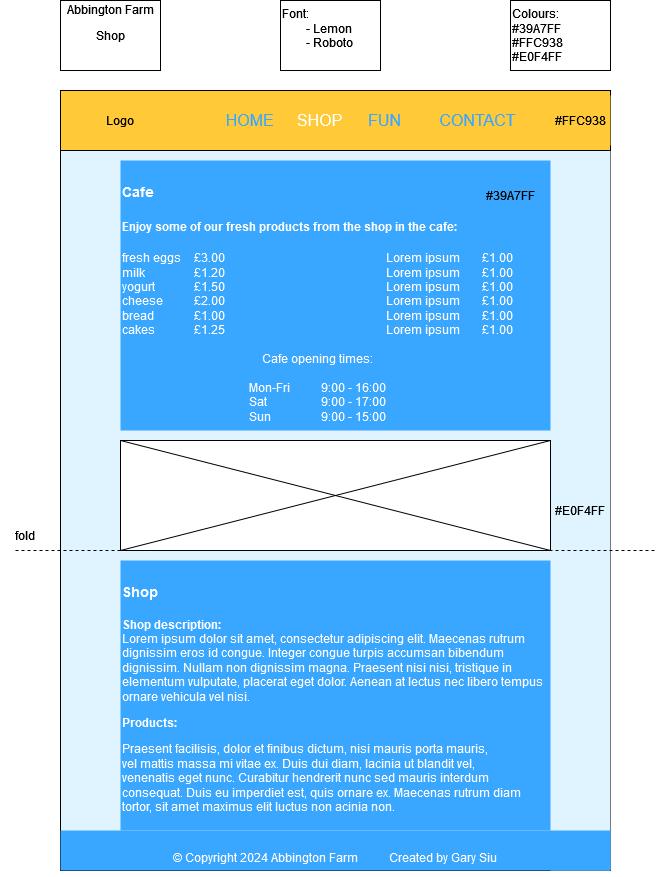
Before: GCC Software Development/Web Course/Assignment/Task 1/Shop.png, a diagram exported from draw.io (G-Siu/100DaysOfCode). Source tidied: cells renumbered, new cells last; positions are measured from the earlier drawing's top-left corner, leaving out a move shared by most shapes.
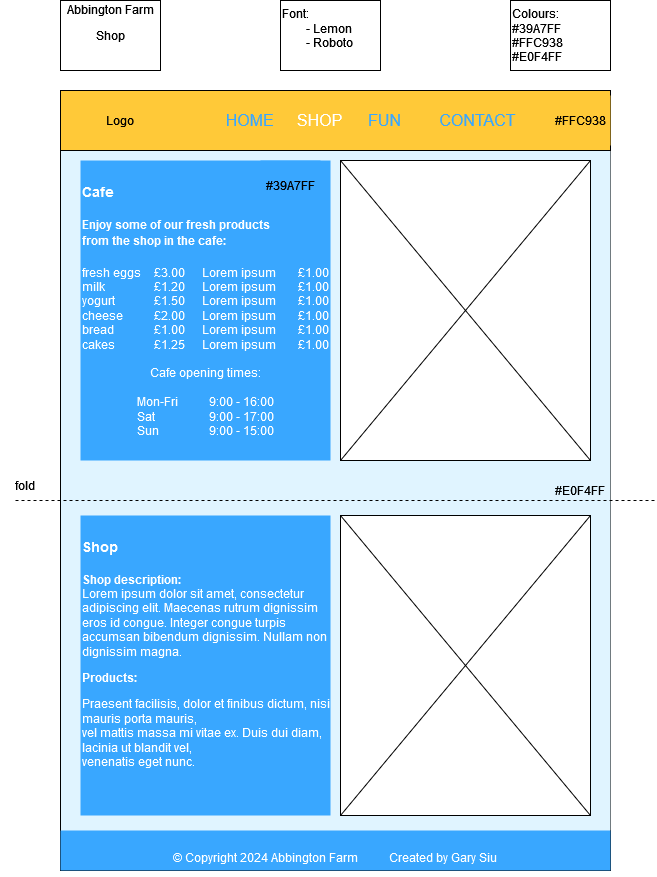
The same file after the commit.

The edit, as a diff of the source:
```diff
@@ -6,7 +6,7 @@
       <mxGeometry x="60" y="150" width="550" height="720" as="geometry" />
     </mxCell>
     <mxCell id="3" value="#E0F4FF" style="rounded=0;whiteSpace=wrap;html=1;strokeColor=none;fillColor=#E0F4FF;" parent="1" vertex="1">
-      <mxGeometry x="550" y="150" width="60" height="720" as="geometry" />
+      <mxGeometry x="550" y="150" width="60" height="680" as="geometry" />
     </mxCell>
     <mxCell id="4" value="&lt;div align=&quot;left&quot; style=&quot;font-size: 16px;&quot;&gt;&lt;font color=&quot;#39a7ff&quot; style=&quot;font-size: 16px;&quot;&gt;&lt;span style=&quot;white-space: pre;&quot;&gt;&#9;&lt;/span&gt;&lt;span style=&quot;white-space: pre;&quot;&gt;&#9;HOME&lt;/span&gt;&lt;/font&gt;&lt;font color=&quot;#39a7ff&quot; style=&quot;font-size: 16px;&quot;&gt; &lt;span style=&quot;white-space: pre;&quot;&gt;&#9;&lt;/span&gt;&lt;/font&gt;&lt;font color=&quot;#ffffff&quot;&gt;SHOP&lt;/font&gt;&lt;font color=&quot;#ffffff&quot; style=&quot;font-size: 16px;&quot;&gt; &lt;span style=&quot;white-space: pre;&quot;&gt;&#9;&lt;/span&gt;&lt;/font&gt;&lt;font color=&quot;#39a7ff&quot;&gt;FUN&lt;/font&gt;&lt;font color=&quot;#39a7ff&quot; style=&quot;font-size: 16px;&quot;&gt; &lt;span style=&quot;white-space: pre;&quot;&gt;&#9;CONTACT&lt;/span&gt;&lt;br style=&quot;font-size: 16px;&quot;&gt;&lt;/font&gt;&lt;/div&gt;" style="rounded=0;whiteSpace=wrap;html=1;fillColor=#FFC938;fontSize=16;fontColor=#416D19;" parent="1" vertex="1">
       <mxGeometry x="60" y="90" width="550" height="60" as="geometry" />
@@ -14,35 +14,26 @@
     <mxCell id="5" value="Logo" style="rounded=0;whiteSpace=wrap;html=1;strokeColor=none;fillColor=none;" parent="1" vertex="1">
       <mxGeometry x="60" y="90" width="120" height="60" as="geometry" />
     </mxCell>
-    <mxCell id="6" value="&lt;font color=&quot;#ffffff&quot; size=&quot;1&quot;&gt;&lt;b style=&quot;font-size: 14px;&quot;&gt;&lt;br&gt;Cafe&lt;br&gt;&lt;br&gt;&lt;/b&gt;&lt;/font&gt;&lt;font color=&quot;#ffffff&quot;&gt;&lt;b&gt;Enjoy some of our fresh products from the shop in the cafe:&lt;/b&gt;&lt;font size=&quot;1&quot;&gt;&lt;b style=&quot;font-size: 14px;&quot;&gt;&lt;br&gt;&lt;br&gt;&lt;/b&gt;&lt;/font&gt;fresh eggs&lt;span style=&quot;white-space: pre;&quot;&gt;&#9;&lt;/span&gt;£3.00&lt;span style=&quot;white-space: pre;&quot;&gt;&#9;&lt;/span&gt;&lt;span style=&quot;white-space: pre;&quot;&gt;&#9;&lt;/span&gt;&lt;span style=&quot;white-space: pre;&quot;&gt;&#9;&lt;/span&gt;&lt;span style=&quot;white-space: pre;&quot;&gt;&#9;&lt;/span&gt;&lt;span style=&quot;white-space: pre;&quot;&gt;&#9;&lt;/span&gt;&lt;span style=&quot;white-space: pre;&quot;&gt;&#9;&lt;/span&gt;&lt;span style=&quot;white-space: pre;&quot;&gt;&#9;&lt;/span&gt;Lorem ipsum&lt;span style=&quot;white-space: pre;&quot;&gt;&#9;&lt;/span&gt;£1.00 &lt;br&gt;milk&lt;span style=&quot;white-space: pre;&quot;&gt;&#9;&lt;/span&gt;&lt;span style=&quot;white-space: pre;&quot;&gt;&#9;&lt;/span&gt;£1.20&lt;span style=&quot;white-space: pre;&quot;&gt;&#9;&lt;/span&gt;&lt;span style=&quot;white-space: pre;&quot;&gt;&#9;&lt;/span&gt;&lt;span style=&quot;white-space: pre;&quot;&gt;&#9;&lt;/span&gt;&lt;span style=&quot;white-space: pre;&quot;&gt;&#9;&lt;/span&gt;&lt;span style=&quot;white-space: pre;&quot;&gt;&#9;&lt;/span&gt;&lt;span style=&quot;white-space: pre;&quot;&gt;&#9;&lt;/span&gt;&lt;span style=&quot;white-space: pre;&quot;&gt;&#9;Lorem ipsum&lt;span style=&quot;white-space: pre;&quot;&gt;&#9;&lt;/span&gt;£1.00&lt;/span&gt;&lt;br&gt;yogurt&lt;span style=&quot;white-space: pre;&quot;&gt;&#9;&lt;/span&gt;&lt;span style=&quot;white-space: pre;&quot;&gt;&#9;&lt;/span&gt;£1.50&lt;span style=&quot;white-space: pre;&quot;&gt;&#9;&lt;/span&gt;&lt;span style=&quot;white-space: pre;&quot;&gt;&#9;&lt;/span&gt;&lt;span style=&quot;white-space: pre;&quot;&gt;&#9;&lt;/span&gt;&lt;span style=&quot;white-space: pre;&quot;&gt;&#9;&lt;/span&gt;&lt;span style=&quot;white-space: pre;&quot;&gt;&#9;&lt;/span&gt;&lt;span style=&quot;white-space: pre;&quot;&gt;&#9;&lt;/span&gt;&lt;span style=&quot;white-space: pre;&quot;&gt;&#9;&lt;/span&gt;Lorem ipsum&lt;span style=&quot;white-space: pre;&quot;&gt;&#9;&lt;/span&gt;£1.00&lt;br&gt;cheese&lt;span style=&quot;white-space: pre;&quot;&gt;&#9;&lt;/span&gt;&lt;span style=&quot;white-space: pre;&quot;&gt;&#9;&lt;/span&gt;£2.00&lt;span style=&quot;white-space: pre;&quot;&gt;&#9;&lt;/span&gt;&lt;span style=&quot;white-space: pre;&quot;&gt;&#9;&lt;/span&gt;&lt;span style=&quot;white-space: pre;&quot;&gt;&#9;&lt;/span&gt;&lt;span style=&quot;white-space: pre;&quot;&gt;&#9;&lt;/span&gt;&lt;span style=&quot;white-space: pre;&quot;&gt;&#9;&lt;/span&gt;&lt;span style=&quot;white-space: pre;&quot;&gt;&#9;&lt;/span&gt;&lt;span style=&quot;white-space: pre;&quot;&gt;&#9;&lt;/span&gt;Lorem ipsum&lt;span style=&quot;white-space: pre;&quot;&gt;&#9;&lt;/span&gt;£1.00&lt;br&gt;bread&lt;span style=&quot;white-space: pre;&quot;&gt;&#9;&lt;/span&gt;&lt;span style=&quot;white-space: pre;&quot;&gt;&#9;&lt;/span&gt;£1.00&lt;span style=&quot;white-space: pre;&quot;&gt;&#9;&lt;/span&gt;&lt;span style=&quot;white-space: pre;&quot;&gt;&#9;&lt;/span&gt;&lt;span style=&quot;white-space: pre;&quot;&gt;&#9;&lt;/span&gt;&lt;span style=&quot;white-space: pre;&quot;&gt;&#9;&lt;/span&gt;&lt;span style=&quot;white-space: pre;&quot;&gt;&#9;&lt;/span&gt;&lt;span style=&quot;white-space: pre;&quot;&gt;&#9;&lt;/span&gt;&lt;span style=&quot;white-space: pre;&quot;&gt;&#9;&lt;/span&gt;Lorem ipsum&lt;span style=&quot;white-space: pre;&quot;&gt;&#9;&lt;/span&gt;£1.00&lt;br&gt;cakes&lt;span style=&quot;white-space: pre;&quot;&gt;&#9;&lt;/span&gt;&lt;span style=&quot;white-space: pre;&quot;&gt;&#9;&lt;/span&gt;£1.25&lt;span style=&quot;white-space: pre;&quot;&gt;&#9;&lt;/span&gt;&lt;span style=&quot;white-space: pre;&quot;&gt;&#9;&lt;/span&gt;&lt;span style=&quot;white-space: pre;&quot;&gt;&#9;&lt;/span&gt;&lt;span style=&quot;white-space: pre;&quot;&gt;&#9;&lt;/span&gt;&lt;span style=&quot;white-space: pre;&quot;&gt;&#9;&lt;/span&gt;&lt;span style=&quot;white-space: pre;&quot;&gt;&#9;&lt;/span&gt;&lt;span style=&quot;white-space: pre;&quot;&gt;&#9;&lt;/span&gt;Lorem ipsum&lt;span style=&quot;white-space: pre;&quot;&gt;&#9;&lt;/span&gt;£1.00&lt;br&gt;&lt;br&gt;&lt;/font&gt;&lt;div align=&quot;center&quot;&gt;&lt;font color=&quot;#ffffff&quot;&gt;Cafe opening times:&lt;br&gt;&lt;br&gt;Mon-Fri&lt;span style=&quot;white-space: pre;&quot;&gt;&#9;&lt;/span&gt;&lt;span style=&quot;white-space: pre;&quot;&gt;&#9;&lt;/span&gt;9:00 - 16:00&lt;br&gt;Sat&lt;span style=&quot;white-space: pre;&quot;&gt;&#9;&lt;/span&gt;&lt;span style=&quot;white-space: pre;&quot;&gt;&#9;&lt;/span&gt;&lt;span style=&quot;white-space: pre;&quot;&gt;&#9;&lt;/span&gt;9:00 - 17:00&lt;br&gt;Sun&lt;span style=&quot;white-space: pre;&quot;&gt;&#9;&lt;/span&gt;&lt;span style=&quot;white-space: pre;&quot;&gt;&#9;&lt;/span&gt;9:00 - 15:00&lt;br&gt;&lt;/font&gt;&lt;/div&gt;&lt;font color=&quot;#ffffff&quot;&gt;&lt;br&gt;&lt;/font&gt;&lt;div&gt;&lt;font color=&quot;#ffffff&quot;&gt;&lt;br&gt;&lt;/font&gt;&lt;/div&gt;" style="rounded=0;whiteSpace=wrap;html=1;verticalAlign=top;align=left;fillColor=#39A7FF;strokeColor=none;" parent="1" vertex="1">
-      <mxGeometry x="120" y="160" width="430" height="270" as="geometry" />
+    <mxCell id="6" value="&lt;font color=&quot;#ffffff&quot; size=&quot;1&quot;&gt;&lt;b style=&quot;font-size: 14px;&quot;&gt;&lt;br&gt;Cafe&lt;br&gt;&lt;br&gt;&lt;/b&gt;&lt;/font&gt;&lt;font color=&quot;#ffffff&quot;&gt;&lt;b&gt;Enjoy some of our fresh products&lt;br&gt;from the shop in the cafe:&lt;/b&gt;&lt;font size=&quot;1&quot;&gt;&lt;b style=&quot;font-size: 14px;&quot;&gt;&lt;br&gt;&lt;br&gt;&lt;/b&gt;&lt;/font&gt;fresh eggs&lt;span style=&quot;white-space: pre;&quot;&gt;&#9;&lt;/span&gt;£3.00&lt;span style=&quot;white-space: pre;&quot;&gt;&#9;&lt;/span&gt;Lorem ipsum&lt;span style=&quot;white-space: pre;&quot;&gt;&#9;&lt;/span&gt;£1.00 &lt;br&gt;milk&lt;span style=&quot;white-space: pre;&quot;&gt;&#9;&lt;/span&gt;&lt;span style=&quot;white-space: pre;&quot;&gt;&#9;&lt;/span&gt;£1.20&lt;span style=&quot;white-space: pre;&quot;&gt;&#9;&lt;/span&gt;&lt;span style=&quot;white-space: pre;&quot;&gt;Lorem ipsum&lt;span style=&quot;white-space: pre;&quot;&gt;&#9;&lt;/span&gt;£1.00&lt;/span&gt;&lt;br&gt;yogurt&lt;span style=&quot;white-space: pre;&quot;&gt;&#9;&lt;/span&gt;&lt;span style=&quot;white-space: pre;&quot;&gt;&#9;&lt;/span&gt;£1.50&lt;span style=&quot;white-space: pre;&quot;&gt;&#9;&lt;/span&gt;Lorem ipsum&lt;span style=&quot;white-space: pre;&quot;&gt;&#9;&lt;/span&gt;£1.00&lt;br&gt;cheese&lt;span style=&quot;white-space: pre;&quot;&gt;&#9;&lt;/span&gt;&lt;span style=&quot;white-space: pre;&quot;&gt;&#9;&lt;/span&gt;£2.00&lt;span style=&quot;white-space: pre;&quot;&gt;&#9;&lt;/span&gt;Lorem ipsum&lt;span style=&quot;white-space: pre;&quot;&gt;&#9;&lt;/span&gt;£1.00&lt;br&gt;bread&lt;span style=&quot;white-space: pre;&quot;&gt;&#9;&lt;/span&gt;&lt;span style=&quot;white-space: pre;&quot;&gt;&#9;&lt;/span&gt;£1.00&lt;span style=&quot;white-space: pre;&quot;&gt;&#9;&lt;/span&gt;Lorem ipsum&lt;span style=&quot;white-space: pre;&quot;&gt;&#9;&lt;/span&gt;£1.00&lt;br&gt;cakes&lt;span style=&quot;white-space: pre;&quot;&gt;&#9;&lt;/span&gt;&lt;span style=&quot;white-space: pre;&quot;&gt;&#9;&lt;/span&gt;£1.25&lt;span style=&quot;white-space: pre;&quot;&gt;&#9;&lt;/span&gt;Lorem ipsum&lt;span style=&quot;white-space: pre;&quot;&gt;&#9;&lt;/span&gt;£1.00&lt;br&gt;&lt;br&gt;&lt;/font&gt;&lt;div align=&quot;center&quot;&gt;&lt;font color=&quot;#ffffff&quot;&gt;Cafe opening times:&lt;br&gt;&lt;br&gt;Mon-Fri&lt;span style=&quot;white-space: pre;&quot;&gt;&#9;&lt;/span&gt;&lt;span style=&quot;white-space: pre;&quot;&gt;&#9;&lt;/span&gt;9:00 - 16:00&lt;br&gt;Sat&lt;span style=&quot;white-space: pre;&quot;&gt;&#9;&lt;/span&gt;&lt;span style=&quot;white-space: pre;&quot;&gt;&#9;&lt;/span&gt;&lt;span style=&quot;white-space: pre;&quot;&gt;&#9;&lt;/span&gt;9:00 - 17:00&lt;br&gt;Sun&lt;span style=&quot;white-space: pre;&quot;&gt;&#9;&lt;/span&gt;&lt;span style=&quot;white-space: pre;&quot;&gt;&#9;&lt;/span&gt;9:00 - 15:00&lt;br&gt;&lt;/font&gt;&lt;/div&gt;&lt;font color=&quot;#ffffff&quot;&gt;&lt;br&gt;&lt;/font&gt;&lt;div&gt;&lt;font color=&quot;#ffffff&quot;&gt;&lt;br&gt;&lt;/font&gt;&lt;/div&gt;" style="rounded=0;html=1;verticalAlign=top;align=left;fillColor=#39A7FF;strokeColor=none;whiteSpace=wrap;" parent="1" vertex="1">
+      <mxGeometry x="80" y="160" width="250" height="300" as="geometry" />
     </mxCell>
     <mxCell id="7" value="#FFC938" style="rounded=0;whiteSpace=wrap;html=1;fillColor=#FFC938;strokeColor=none;" parent="1" vertex="1">
       <mxGeometry x="550" y="95" width="60" height="50" as="geometry" />
     </mxCell>
-    <mxCell id="8" style="rounded=0;whiteSpace=wrap;html=1;" parent="1" vertex="1">
-      <mxGeometry x="120" y="440" width="430" height="110" as="geometry" />
-    </mxCell>
-    <mxCell id="9" style="endArrow=none;html=1;rounded=0;exitX=0;exitY=0;exitDx=0;exitDy=0;entryX=1;entryY=1;entryDx=0;entryDy=0;" parent="1" edge="1" source="8" target="8">
-      <mxGeometry relative="1" as="geometry" />
-    </mxCell>
-    <mxCell id="10" style="endArrow=none;html=1;rounded=0;exitX=0;exitY=1;exitDx=0;exitDy=0;entryX=1;entryY=0;entryDx=0;entryDy=0;" parent="1" edge="1" source="8" target="8">
-      <mxGeometry relative="1" as="geometry" />
-    </mxCell>
     <mxCell id="11" style="endArrow=none;dashed=1;html=1;rounded=0;" parent="1" edge="1">
       <mxGeometry relative="1" as="geometry">
-        <mxPoint x="15" y="550" as="sourcePoint" />
-        <mxPoint x="655" y="550" as="targetPoint" />
+        <mxPoint x="15" y="500" as="sourcePoint" />
+        <mxPoint x="655" y="500" as="targetPoint" />
       </mxGeometry>
     </mxCell>
     <mxCell id="12" value="fold" style="rounded=0;whiteSpace=wrap;html=1;strokeColor=none;fillColor=none;" parent="1" vertex="1">
-      <mxGeometry y="520" width="50" height="30" as="geometry" />
+      <mxGeometry y="470" width="50" height="30" as="geometry" />
     </mxCell>
     <mxCell id="13" value="#39A7FF" style="rounded=0;whiteSpace=wrap;html=1;fillColor=#39A7FF;strokeColor=none;" parent="1" vertex="1">
-      <mxGeometry x="480" y="170" width="60" height="50" as="geometry" />
+      <mxGeometry x="260" y="160" width="60" height="50" as="geometry" />
     </mxCell>
-    <mxCell id="14" value="&lt;font color=&quot;#ffffff&quot; size=&quot;1&quot;&gt;&lt;b style=&quot;font-size: 14px;&quot;&gt;&lt;br&gt;Shop&lt;br&gt;&lt;br&gt;&lt;/b&gt;&lt;/font&gt;&lt;font color=&quot;#ffffff&quot;&gt;&lt;b&gt;Shop description:&lt;br&gt;&lt;/b&gt;&lt;/font&gt;&lt;div id=&quot;lipsum&quot;&gt;&lt;font color=&quot;#ffffff&quot;&gt;Lorem ipsum dolor sit amet, consectetur adipiscing elit. Maecenas rutrum dignissim eros id congue. Integer congue turpis accumsan bibendum dignissim. Nullam non dignissim magna. Praesent nisi nisi, tristique in elementum vulputate, placerat eget dolor. Aenean at lectus nec libero tempus ornare vehicula vel nisi. &lt;br&gt;&lt;/font&gt;&lt;p&gt;&lt;font color=&quot;#ffffff&quot;&gt;&lt;b&gt;Products:&lt;/b&gt;&lt;/font&gt;&lt;/p&gt;&lt;p&gt;&lt;font color=&quot;#ffffff&quot;&gt;Praesent facilisis, dolor et finibus dictum, nisi mauris porta mauris, &lt;br&gt;vel mattis massa mi vitae ex. Duis dui diam, lacinia ut blandit vel, &lt;br&gt;venenatis eget nunc. Curabitur hendrerit nunc sed mauris interdum &lt;br&gt;consequat. Duis eu imperdiet est, quis ornare ex. Maecenas rutrum diam &lt;br&gt;tortor, sit amet maximus elit luctus non acinia non. &lt;br&gt;&lt;/font&gt;&lt;/p&gt;&lt;/div&gt;&lt;font color=&quot;#ffffff&quot;&gt;&lt;br&gt;&lt;br&gt;&lt;/font&gt;&lt;div&gt;&lt;font color=&quot;#ffffff&quot;&gt;&lt;br&gt;&lt;/font&gt;&lt;/div&gt;" style="rounded=0;whiteSpace=wrap;html=1;verticalAlign=top;align=left;fillColor=#39A7FF;strokeColor=none;" parent="1" vertex="1">
-      <mxGeometry x="120" y="560" width="430" height="270" as="geometry" />
+    <mxCell id="14" value="&lt;font color=&quot;#ffffff&quot; size=&quot;1&quot;&gt;&lt;b style=&quot;font-size: 14px;&quot;&gt;&lt;br&gt;Shop&lt;br&gt;&lt;br&gt;&lt;/b&gt;&lt;/font&gt;&lt;font color=&quot;#ffffff&quot;&gt;&lt;b&gt;Shop description:&lt;br&gt;&lt;/b&gt;&lt;/font&gt;&lt;div id=&quot;lipsum&quot;&gt;&lt;font color=&quot;#ffffff&quot;&gt;Lorem ipsum dolor sit amet, consectetur adipiscing elit. Maecenas rutrum dignissim eros id congue. Integer congue turpis accumsan bibendum dignissim. Nullam non dignissim magna.&lt;br&gt;&lt;/font&gt;&lt;p&gt;&lt;font color=&quot;#ffffff&quot;&gt;&lt;b&gt;Products:&lt;/b&gt;&lt;/font&gt;&lt;/p&gt;&lt;p&gt;&lt;font color=&quot;#ffffff&quot;&gt;Praesent facilisis, dolor et finibus dictum, nisi mauris porta mauris, &lt;br&gt;vel mattis massa mi vitae ex. Duis dui diam, lacinia ut blandit vel, &lt;br&gt;venenatis eget nunc.&lt;br&gt;&lt;/font&gt;&lt;/p&gt;&lt;/div&gt;&lt;font color=&quot;#ffffff&quot;&gt;&lt;br&gt;&lt;br&gt;&lt;/font&gt;&lt;div&gt;&lt;font color=&quot;#ffffff&quot;&gt;&lt;br&gt;&lt;/font&gt;&lt;/div&gt;" style="rounded=0;whiteSpace=wrap;html=1;verticalAlign=top;align=left;fillColor=#39A7FF;strokeColor=none;" parent="1" vertex="1">
+      <mxGeometry x="80" y="515" width="250" height="300" as="geometry" />
     </mxCell>
     <mxCell id="15" value="Font:&lt;br&gt;&lt;span style=&quot;white-space: pre;&quot;&gt;&#9;&lt;/span&gt;- Lemon&lt;br&gt;&lt;span style=&quot;white-space: pre;&quot;&gt;&#9;&lt;/span&gt;- Roboto" style="rounded=0;whiteSpace=wrap;html=1;align=left;verticalAlign=top;fontStyle=0;" parent="1" vertex="1">
       <mxGeometry x="280" width="100" height="70" as="geometry" />
@@ -62,5 +53,29 @@
     <mxCell id="20" value="&lt;font&gt;&lt;br&gt;&lt;/font&gt;&lt;p&gt;&lt;font&gt;© Copyright 2024 Abbington Farm&lt;span style=&quot;white-space: pre;&quot;&gt;&#9;&lt;/span&gt;&lt;span style=&quot;white-space: pre;&quot;&gt;&#9;&lt;/span&gt;Created by Gary Siu&lt;br&gt;&lt;/font&gt;&lt;/p&gt;" style="rounded=0;whiteSpace=wrap;html=1;verticalAlign=middle;align=center;fillColor=#39A7FF;strokeColor=none;fontColor=#FFFFFF;" parent="1" vertex="1">
       <mxGeometry x="60" y="830" width="550" height="40" as="geometry" />
     </mxCell>
+    <mxCell id="21" style="group;" parent="1" vertex="1">
+      <mxGeometry x="340" y="160" width="250" height="300" as="geometry" />
+    </mxCell>
+    <mxCell id="8" style="rounded=0;whiteSpace=wrap;html=1;" parent="21" vertex="1">
+      <mxGeometry width="250" height="300" as="geometry" />
+    </mxCell>
+    <mxCell id="9" style="endArrow=none;html=1;rounded=0;exitX=0;exitY=0;exitDx=0;exitDy=0;entryX=1;entryY=1;entryDx=0;entryDy=0;" parent="21" edge="1" source="8" target="8">
+      <mxGeometry relative="1" as="geometry" />
+    </mxCell>
+    <mxCell id="10" style="endArrow=none;html=1;rounded=0;exitX=0;exitY=1;exitDx=0;exitDy=0;entryX=1;entryY=0;entryDx=0;entryDy=0;" parent="21" edge="1" source="8" target="8">
+      <mxGeometry relative="1" as="geometry" />
+    </mxCell>
+    <mxCell id="22" style="group;" parent="1" vertex="1">
+      <mxGeometry x="340" y="515" width="250" height="300" as="geometry" />
+    </mxCell>
+    <mxCell id="23" style="rounded=0;whiteSpace=wrap;html=1;" parent="22" vertex="1">
+      <mxGeometry width="250" height="300" as="geometry" />
+    </mxCell>
+    <mxCell id="24" style="endArrow=none;html=1;rounded=0;exitX=0;exitY=0;exitDx=0;exitDy=0;entryX=1;entryY=1;entryDx=0;entryDy=0;" parent="22" edge="1" source="23" target="23">
+      <mxGeometry relative="1" as="geometry" />
+    </mxCell>
+    <mxCell id="25" style="endArrow=none;html=1;rounded=0;exitX=0;exitY=1;exitDx=0;exitDy=0;entryX=1;entryY=0;entryDx=0;entryDy=0;" parent="22" edge="1" source="23" target="23">
+      <mxGeometry relative="1" as="geometry" />
+    </mxCell>
   </root>
 </mxGraphModel>
```
